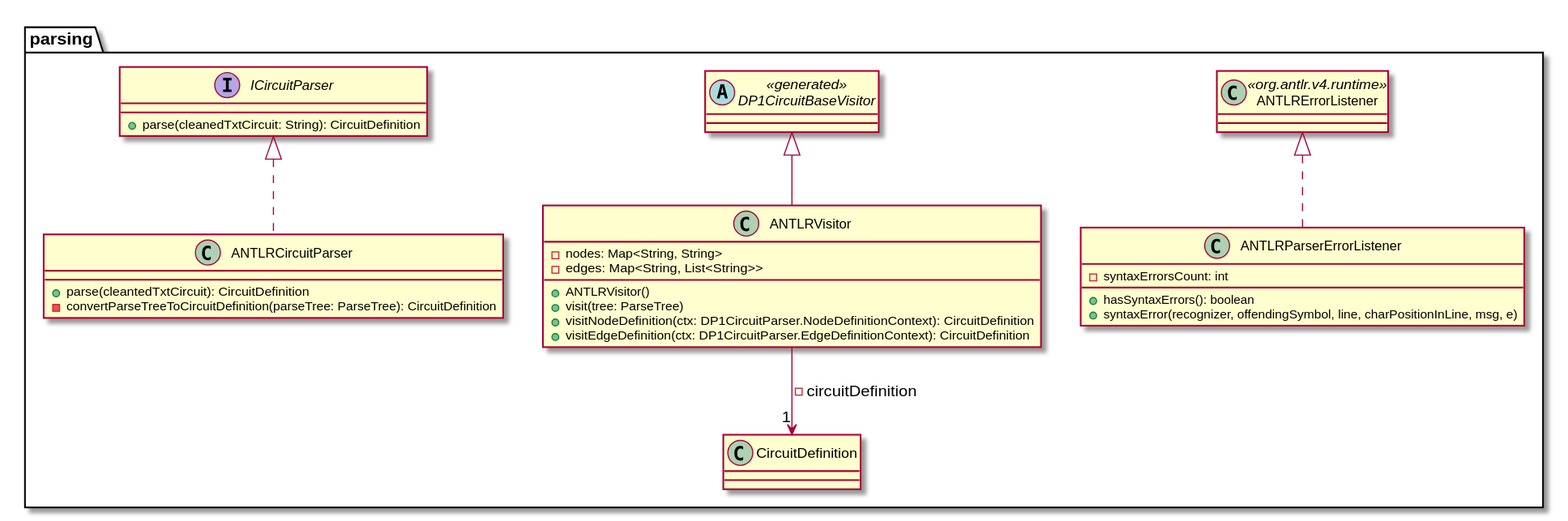
This is docs/diagrams/build/dkdCoreParsing.svg from stevenliebregt/avans-dp1-sirkwie, a PlantUML export, as it was before one commit.
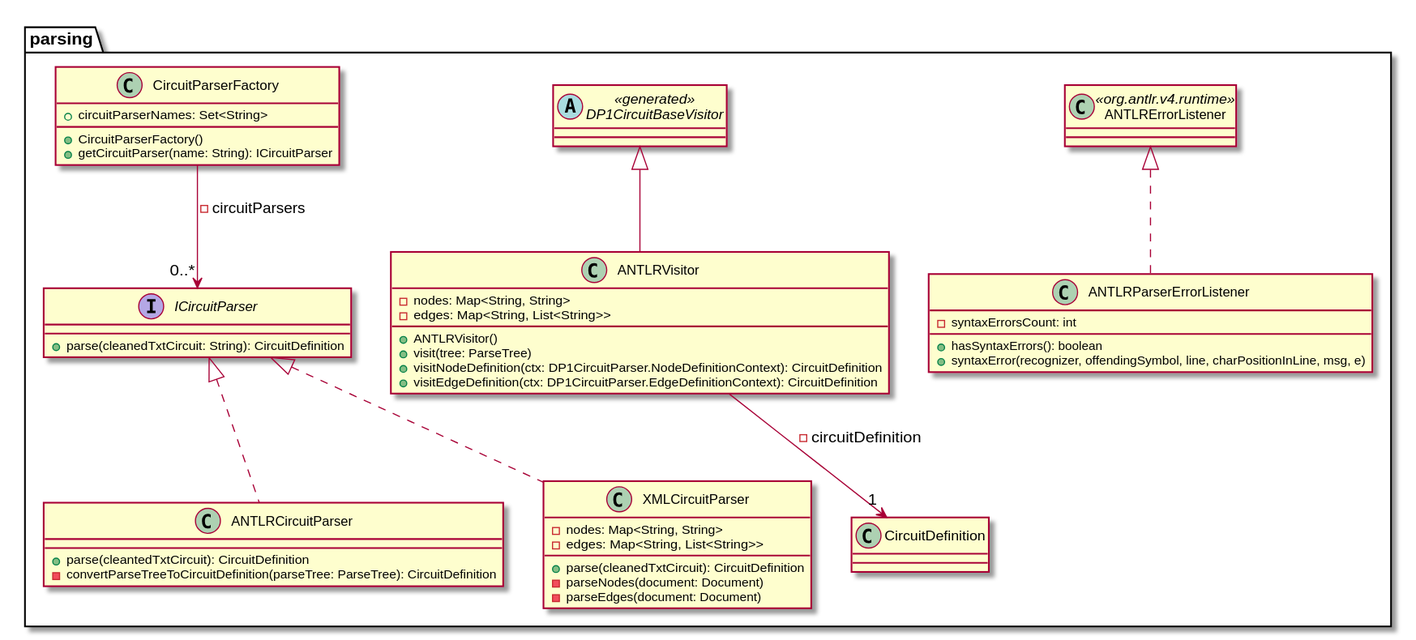
The same diagram one commit later.

What changed in the source:
```diff
@@ -7,6 +7,15 @@
     class ANTLRCircuitParser implements ICircuitParser {
         +parse(cleantedTxtCircuit): CircuitDefinition
         -convertParseTreeToCircuitDefinition(parseTree: ParseTree): CircuitDefinition
+    }
+
+    class XMLCircuitParser implements ICircuitParser {
+        -nodes: Map<String, String>
+        -edges: Map<String, List<String>>
+
+        +parse(cleanedTxtCircuit): CircuitDefinition
+        -parseNodes(document: Document)
+        -parseEdges(document: Document)
     }
 
     class ANTLRParserErrorListener implements ANTLRErrorListener {
@@ -27,6 +36,14 @@
     }
     ANTLRVisitor --> "1" CircuitDefinition : -circuitDefinition
 
+    class CircuitParserFactory {
+        +circuitParserNames: Set<String>
+
+        +CircuitParserFactory()
+        +getCircuitParser(name: String): ICircuitParser
+    }
+    CircuitParserFactory --> "0..*" ICircuitParser : -circuitParsers
+
     interface ICircuitParser {
         +parse(cleanedTxtCircuit: String): CircuitDefinition
     }
```
